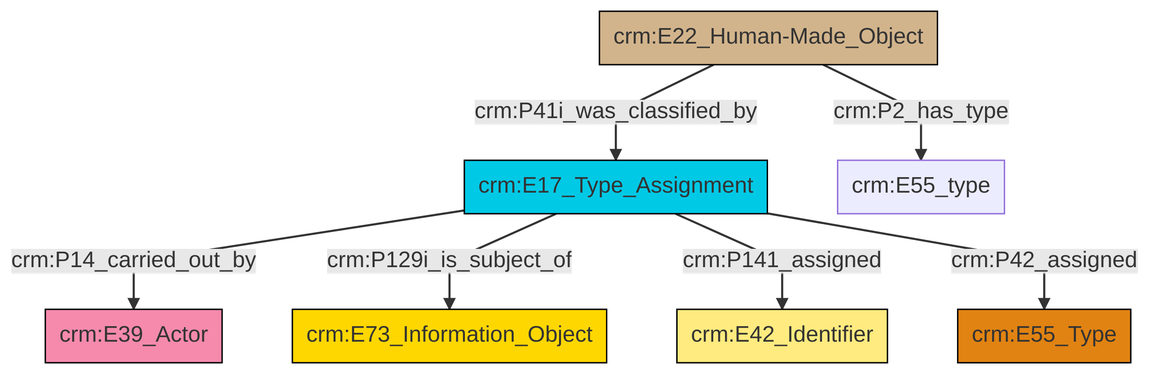
The Mermaid diagram et/builtWorkCSV/ttl/mmd/png/Built_Work_designation_status.png in swiss-art-research-net/reference-data-models, before a commit. Its source is kept beside it as et/builtWorkCSV/ttl/mmd/Built_Work_designation_status.ttl.mmd.
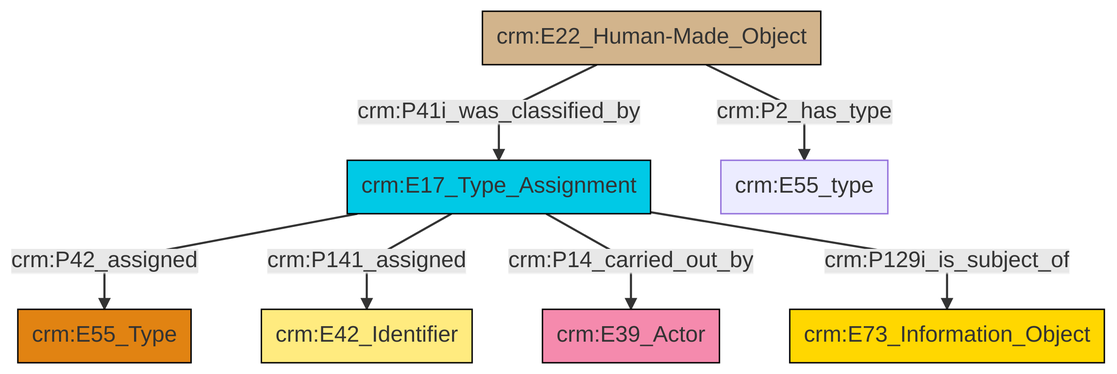
The same diagram one commit later.

Diff of the diagram source:
```diff
@@ -13,9 +13,9 @@
 classDef PC_Classes fill:#4ce600, stroke:#000000;
 classDef Multi fill:#cccccc,stroke:#000000;
 
-4["crm:E17_Type_Assignment"]:::Temporal_Entity -->|crm:P14_carried_out_by| 0["crm:E39_Actor"]:::Actor
-4["crm:E17_Type_Assignment"]:::Temporal_Entity -->|crm:P129i_is_subject_of| 2["crm:E73_Information_Object"]:::Conceptual_Object
-4["crm:E17_Type_Assignment"]:::Temporal_Entity -->|crm:P141_assigned| 12["crm:E42_Identifier"]:::Appellation
-4["crm:E17_Type_Assignment"]:::Temporal_Entity -->|crm:P42_assigned| 10["crm:E55_Type"]:::Type
-8["crm:E22_Human-Made_Object"]:::Physical_Thing -->|crm:P41i_was_classified_by| 4["crm:E17_Type_Assignment"]:::Temporal_Entity
-8["crm:E22_Human-Made_Object"]:::Physical_Thing -->|crm:P2_has_type| 6["crm:E55_type"]:::Default
+0["crm:E17_Type_Assignment"]:::Temporal_Entity -->|crm:P42_assigned| 1["crm:E55_Type"]:::Type
+0["crm:E17_Type_Assignment"]:::Temporal_Entity -->|crm:P141_assigned| 2["crm:E42_Identifier"]:::Appellation
+0["crm:E17_Type_Assignment"]:::Temporal_Entity -->|crm:P14_carried_out_by| 4["crm:E39_Actor"]:::Actor
+0["crm:E17_Type_Assignment"]:::Temporal_Entity -->|crm:P129i_is_subject_of| 9["crm:E73_Information_Object"]:::Conceptual_Object
+12["crm:E22_Human-Made_Object"]:::Physical_Thing -->|crm:P41i_was_classified_by| 0["crm:E17_Type_Assignment"]:::Temporal_Entity
+12["crm:E22_Human-Made_Object"]:::Physical_Thing -->|crm:P2_has_type| 7["crm:E55_type"]:::Default
```
